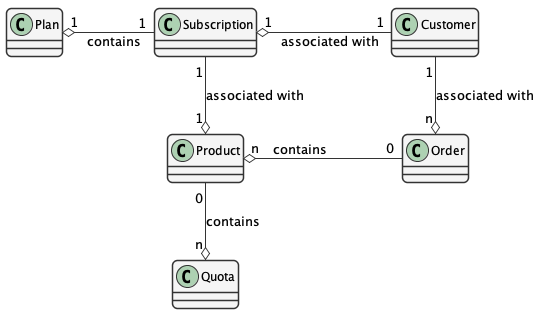
Earlier version of the PlantUML export images/overview.png (csjx/d1-membership-plan-mgmt). The source it was exported from:
```plantuml
@startuml images/overview.png
      skinparam shadowing false
      skinparam roundcorner 10
      skinparam linetype ortho

      skinparam sequence {
      	ArrowColor #1F4260
      	LifeLineBorderColor #1F4260
      	LifeLineBackgroundColor #428BCA
      	ParticipantBorderColor #AAAAAA
      	ParticipantBackgroundColor #F5F5F5
        ActorBackgroundColor #DDDDDD
        ActorBorderColor #333333
      }

      skinparam noteFontColor #C49858
      skinparam note {
        BackgroundColor #FCF8E4
        BorderColor #FCEED6
      }

      skinparam class {
        BackgroundColor #F5F5F5
        BorderColor #333333
        ArrowColor #333333
      }

      skinparam packageFontColor #9DA0A4
      skinparam package {
        BorderColor #CCCCCC
      }

class Plan {
}
class Product {
}
class Subscription {
}
class Customer {
}
class Order {
}
class Quota {
}

Subscription "1" --o "1" Product : "associated with"
Plan "1" o-right- "1" Subscription : "contains"
Customer "1" -right-o "1" Subscription : "associated with"
Customer "1" --o "n" Order : "associated with"
Order "0" -right-o "n" Product : "contains"
Product "0"--o "n" Quota : "contains"

@enduml
```
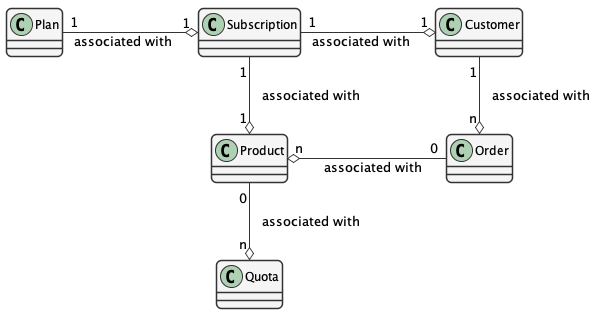
The same file after the commit.

Commit message:
Fix relationship labels.

What changed in the source:
```diff
@@ -43,11 +43,11 @@
 class Quota {
 }
 
-Subscription "1" --o "1" Product : "associated with"
-Plan "1" o-right- "1" Subscription : "contains"
-Customer "1" -right-o "1" Subscription : "associated with"
-Customer "1" --o "n" Order : "associated with"
-Order "0" -right-o "n" Product : "contains"
-Product "0"--o "n" Quota : "contains"
+Subscription "1" --o "1" Product : "   associated with"
+Plan "1" -left-o "1" Subscription : "associated with"
+Customer "1" o-left- "1" Subscription : "associated with"
+Customer "1" --o "n" Order : "   associated with"
+Order "0" -right-o "n" Product : "associated with"
+Product "0"--o "n" Quota : "   associated with"
 
 @enduml
```
